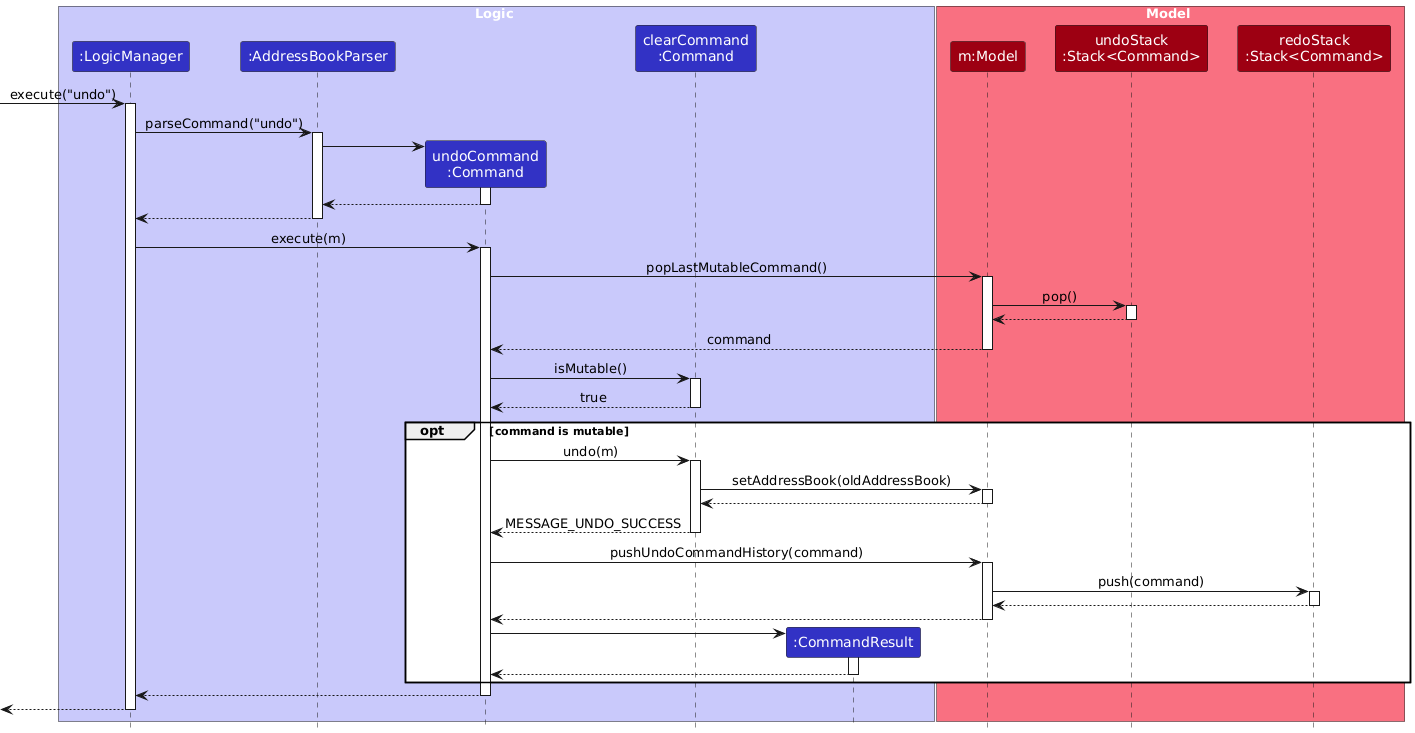
Before: docs/images/UndoCommandSequenceDiagram.png, a diagram exported from PlantUML (Habutiii/tp). Source of this version:
```plantuml
@startuml
skinparam ArrowFontStyle plain




!define UI_COLOR #1D8900
!define UI_COLOR_T1 #83E769
!define UI_COLOR_T2 #3FC71B
!define UI_COLOR_T3 #166800
!define UI_COLOR_T4 #0E4100

!define LOGIC_COLOR #3333C4
!define LOGIC_COLOR_T1 #C8C8FA
!define LOGIC_COLOR_T2 #6A6ADC
!define LOGIC_COLOR_T3 #1616B0
!define LOGIC_COLOR_T4 #101086

!define MODEL_COLOR #9D0012
!define MODEL_COLOR_T1 #F97181
!define MODEL_COLOR_T2 #E41F36
!define MODEL_COLOR_T3 #7B000E
!define MODEL_COLOR_T4 #51000A

!define STORAGE_COLOR #A38300
!define STORAGE_COLOR_T1 #FFE374
!define STORAGE_COLOR_T2 #EDC520
!define STORAGE_COLOR_T3 #806600
!define STORAGE_COLOR_T2 #544400

!define USER_COLOR #000000

skinparam Package {
    BackgroundColor #FFFFFF
    BorderThickness 1
    FontSize 16
}

skinparam Class {
    FontColor #FFFFFF
    FontSize 15
    BorderThickness 1
    BorderColor #FFFFFF
    StereotypeFontColor #FFFFFF
    FontName Arial
}

skinparam Actor {
    BorderColor USER_COLOR
    Color USER_COLOR
    FontName Arial
}

skinparam Sequence {
    MessageAlign center
    BoxFontSize 15
    BoxPadding 0
    BoxFontColor #FFFFFF
    FontName Arial
}

skinparam Participant {
    FontColor #FFFFFFF
    Padding 20
}

skinparam ArrowFontStyle bold
skinparam MinClassWidth 50
skinparam ParticipantPadding 10
skinparam Shadowing false
skinparam DefaultTextAlignment center
skinparam packageStyle Rectangle

hide footbox
hide members
hide circle


skinparam ArrowFontStyle plain

box Logic LOGIC_COLOR_T1
participant ":LogicManager" as LogicManager LOGIC_COLOR
participant ":AddressBookParser" as AddressBookParser LOGIC_COLOR
participant "undoCommand\n:Command" as undoCommand LOGIC_COLOR
participant "clearCommand\n:Command" as clearCommand LOGIC_COLOR
participant ":CommandResult" as CommandResult LOGIC_COLOR
end box

box Model MODEL_COLOR_T1
participant "m:Model" as Model MODEL_COLOR
participant "undoStack\n:Stack<Command>" as undoStack MODEL_COLOR
participant "redoStack\n:Stack<Command>" as redoStack MODEL_COLOR
end box

[-> LogicManager : execute("undo")
activate LogicManager

LogicManager -> AddressBookParser : parseCommand("undo")
activate AddressBookParser

create undoCommand
AddressBookParser -> undoCommand
activate undoCommand

undoCommand --> AddressBookParser
deactivate undoCommand

AddressBookParser --> LogicManager
deactivate AddressBookParser

LogicManager -> undoCommand : execute(m)
activate undoCommand

undoCommand -> Model : popLastMutableCommand()
activate Model

Model -> undoStack : pop()
activate undoStack

undoStack --> Model
deactivate undoStack

Model --> undoCommand : command
deactivate Model

undoCommand -> clearCommand : isMutable()
activate clearCommand

clearCommand --> undoCommand : true
deactivate clearCommand

opt command is mutable
    undoCommand -> clearCommand : undo(m)
    activate clearCommand

    clearCommand -> Model : setAddressBook(oldAddressBook)
    activate Model

    Model --> clearCommand
    deactivate Model

    clearCommand --> undoCommand : MESSAGE_UNDO_SUCCESS
    deactivate clearCommand

    undoCommand -> Model : pushUndoCommandHistory(command)
    activate Model

    Model -> redoStack : push(command)
    activate redoStack

    redoStack --> Model
    deactivate redoStack

    Model --> undoCommand
    deactivate Model

    create CommandResult
    undoCommand -> CommandResult
    activate CommandResult

    CommandResult --> undoCommand
    deactivate CommandResult

end

undoCommand --> LogicManager
deactivate undoCommand


[<--LogicManager
deactivate LogicManager
@enduml
```
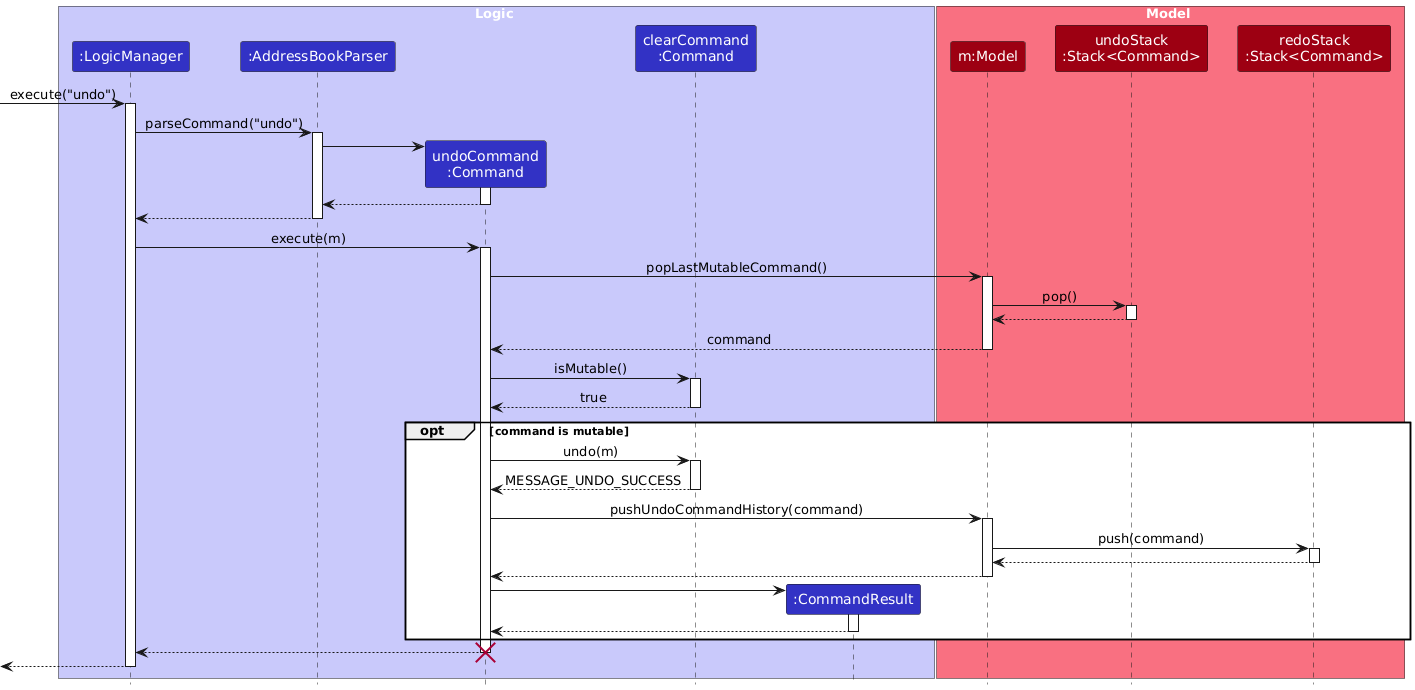
After the change.

Commit message:
Hide the detail of execute / undo of the target command itself.

Change to the diagram source:
```diff
@@ -1,6 +1,4 @@
 @startuml
-skinparam ArrowFontStyle plain
-
 
 
 
@@ -75,8 +73,8 @@
 hide members
 hide circle
 
+skinparam ArrowFontStyle plain
 
-skinparam ArrowFontStyle plain
 
 box Logic LOGIC_COLOR_T1
 participant ":LogicManager" as LogicManager LOGIC_COLOR
@@ -133,12 +131,6 @@
     undoCommand -> clearCommand : undo(m)
     activate clearCommand
 
-    clearCommand -> Model : setAddressBook(oldAddressBook)
-    activate Model
-
-    Model --> clearCommand
-    deactivate Model
-
     clearCommand --> undoCommand : MESSAGE_UNDO_SUCCESS
     deactivate clearCommand
 
@@ -165,6 +157,7 @@
 
 undoCommand --> LogicManager
 deactivate undoCommand
+destroy undoCommand
 
 
 [<--LogicManager
```
